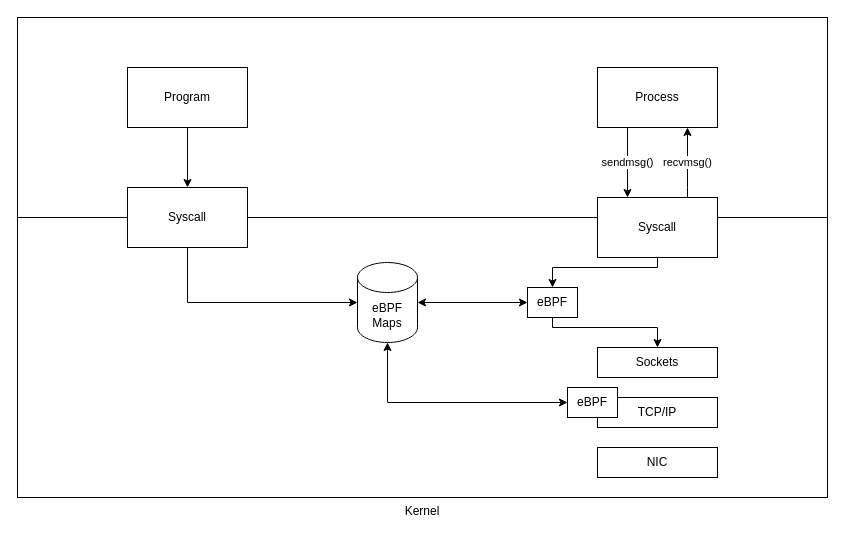
This is page "eBPF" (2 of 8) of diagram.drawio from maischl-it/thePowerOfKubernetesTools, a draw.io file, before an edit. Source tidied: cells renumbered, new cells numbered last; positions are measured from the earlier drawing's top-left corner, leaving out a move shared by most shapes. Both pictures are drawn from the tidied source at 100%, with x=0, y=0 at pixel (17, 17).
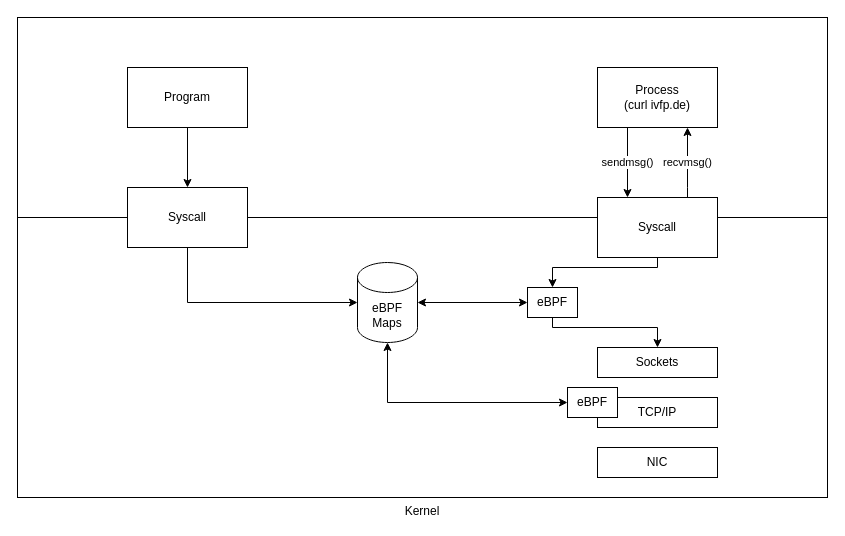
Above is the later version.

Diff of the diagram source:
```diff
@@
-    <mxCell id="9" value="Process" style="rounded=0;whiteSpace=wrap;html=1;" parent="1" vertex="1">
+    <mxCell id="9" value="Process&lt;div&gt;(curl ivfp.de)&lt;/div&gt;" style="rounded=0;whiteSpace=wrap;html=1;" parent="1" vertex="1">
       <mxGeometry x="580" y="50" width="120" height="60" as="geometry" />
     </mxCell>
```
